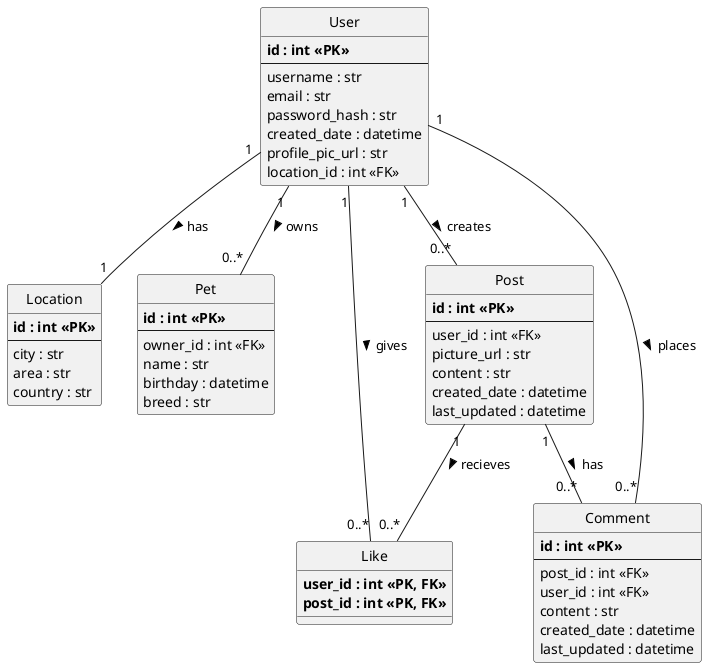
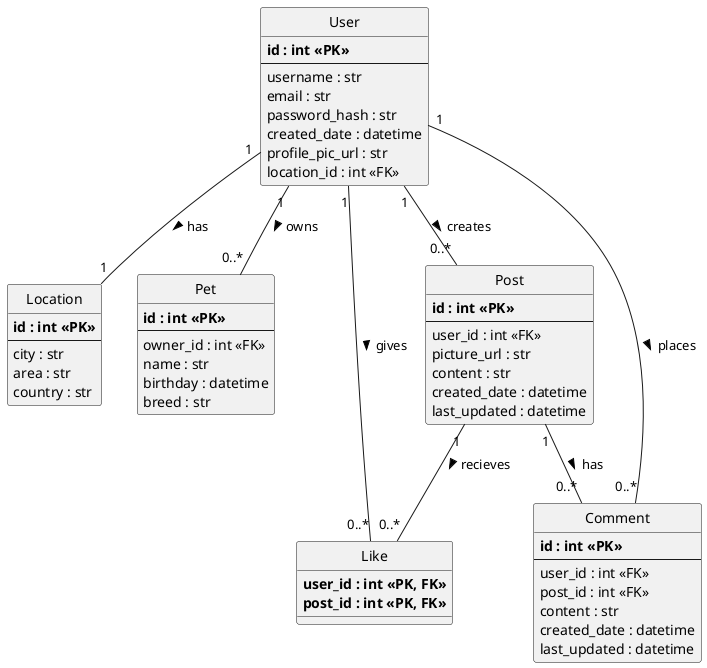
@startuml
hide circle

class User {
    **id : int <<PK>>**
    --
    username : str
    email : str
    password_hash : str
    created_date : datetime
    profile_pic_url : str
    location_id : int <<FK>>
}


class Location {
    **id : int <<PK>>**
    --
    city : str
    area : str
    country : str
}

class Pet {
    **id : int <<PK>>**
    --
    owner_id : int <<FK>>
    name : str
    birthday : datetime
    breed : str
}

class Post {
    **id : int <<PK>>**
    --
    user_id : int <<FK>>
    picture_url : str
    content : str
    created_date : datetime
    last_updated : datetime
}

class Like {
    **user_id : int <<PK, FK>>**
    **post_id : int <<PK, FK>>**
}

class Comment {
    **id : int <<PK>>**
    --
+     user_id : int <<FK>>
    post_id : int <<FK>>
-     user_id : int <<FK>>
    content : str
    created_date : datetime
    last_updated : datetime
}

' Define relationships between tables

User "1" -- "1" Location: has >
User "1" -- "0..*" Pet: owns >
User "1" -- "0..*" Post: creates >
Post "1" -- "0..*" Like: recieves >
User "1" -- "0..*" Like: gives >
Post "1" -- "0..*" Comment: has >
User "1" -- "0..*" Comment: places >

@enduml
